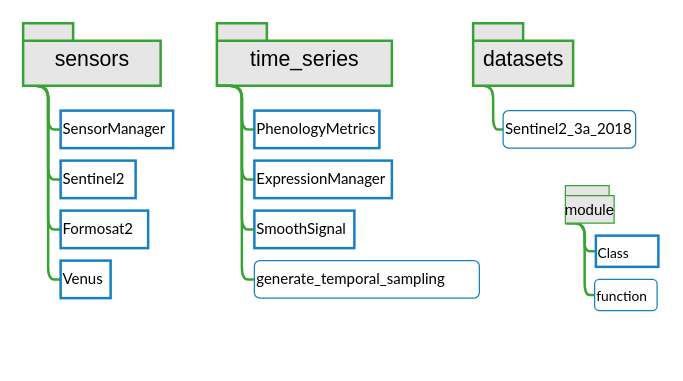
The draw.io diagram metadata/schema.drawio in nkarasiak/MuseoPheno, before the edit. Source tidied: cells renumbered, new cells numbered last; positions are measured from the earlier drawing's top-left corner, leaving out a move shared by most shapes. Both pictures are drawn from the tidied source at 125%, with x=0, y=0 at pixel (22, 22).
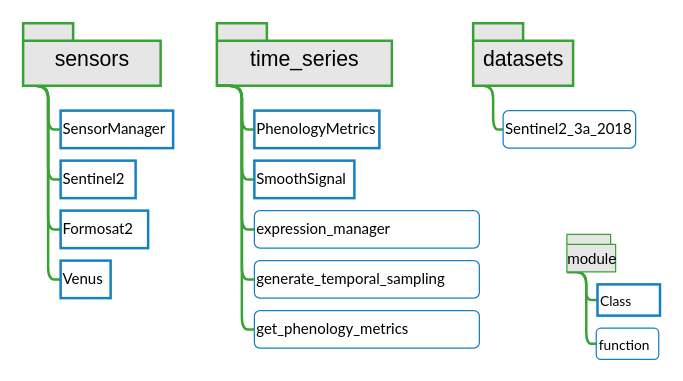
The same page after the edit.

The change refers to these unchanged cells:
```xml
<mxCell id="10" value="time_series" style="shape=folder;fontStyle=0;spacingTop=10;tabWidth=40;tabHeight=14;tabPosition=left;html=1;fillColor=#E6E6E6;strokeColor=#39a235;strokeWidth=2;fontFamily=Oswald;fontSize=17;" parent="1" vertex="1">
  <mxGeometry x="155" width="140" height="50" as="geometry" />
</mxCell>
```

Diff of the diagram source:
```diff
@@
-    <mxCell id="9" style="edgeStyle=orthogonalEdgeStyle;rounded=1;jettySize=auto;html=1;exitX=0;exitY=0;exitDx=0;exitDy=50;exitPerimeter=0;entryX=0;entryY=0.5;entryDx=0;entryDy=0;endArrow=none;endFill=0;strokeWidth=2;strokeColor=#39a235;fontFamily=Lato;" parent="1" edge="1" source="10" target="13">
+    <mxCell id="9" style="edgeStyle=orthogonalEdgeStyle;rounded=1;jettySize=auto;html=1;exitX=0;exitY=0;exitDx=0;exitDy=50;exitPerimeter=0;entryX=0;entryY=0.5;entryDx=0;entryDy=0;endArrow=none;endFill=0;strokeWidth=2;strokeColor=#39a235;fontFamily=Lato;" parent="1" edge="1" source="10">
       <mxGeometry relative="1" as="geometry">
+        <mxPoint x="185" y="125" as="targetPoint" />
         <Array as="points">
           <mxPoint x="175" y="125" />
         </Array>
       </mxGeometry>
     </mxCell>
@@
-    <mxCell id="13" value="ExpressionManager" style="html=1;align=left;rounded=0;fillColor=none;strokeColor=#1680c0;gradientColor=none;glass=0;gradientDirection=east;strokeWidth=2;fontFamily=Lato;" parent="1" vertex="1">
-      <mxGeometry x="185" y="110" width="110" height="30" as="geometry" />
-    </mxCell>
@@
     <mxCell id="19" style="edgeStyle=orthogonalEdgeStyle;rounded=1;jettySize=auto;html=1;exitX=0;exitY=0;exitDx=0;exitDy=30;exitPerimeter=0;entryX=0;entryY=0.5;entryDx=0;entryDy=0;endArrow=none;endFill=0;strokeColor=#39a235;strokeWidth=2;fontFamily=Oswald;fontSize=12;" parent="1" edge="1" source="21" target="22">
       <mxGeometry relative="1" as="geometry">
         <Array as="points">
-          <mxPoint x="449.2" y="160" />
-          <mxPoint x="449.2" y="183" />
+          <mxPoint x="450.5" y="199" />
+          <mxPoint x="450.5" y="222" />
         </Array>
       </mxGeometry>
     </mxCell>
     <mxCell id="20" style="edgeStyle=orthogonalEdgeStyle;rounded=1;jettySize=auto;html=1;exitX=0;exitY=0;exitDx=0;exitDy=30;exitPerimeter=0;entryX=0;entryY=0.5;entryDx=0;entryDy=0;endArrow=none;endFill=0;strokeColor=#39a235;strokeWidth=2;fontFamily=Oswald;fontSize=12;" parent="1" edge="1" source="21" target="23">
       <mxGeometry relative="1" as="geometry">
         <Array as="points">
-          <mxPoint x="449.2" y="160" />
-          <mxPoint x="449.2" y="218" />
+          <mxPoint x="450.5" y="199" />
+          <mxPoint x="450.5" y="257" />
         </Array>
       </mxGeometry>
     </mxCell>
     <mxCell id="21" value="module" style="shape=folder;fontStyle=0;spacingTop=10;tabWidth=35;tabHeight=8;tabPosition=left;html=1;fillColor=#E6E6E6;strokeColor=#39a235;strokeWidth=1;fontFamily=Oswald;fontSize=12;" parent="1" vertex="1">
-      <mxGeometry x="433.8" y="130" width="39" height="30" as="geometry" />
+      <mxGeometry x="435" y="169" width="39" height="30" as="geometry" />
     </mxCell>
     <mxCell id="22" value="Class" style="text;html=1;rounded=0;fillColor=none;strokeColor=#1680c0;gradientColor=none;glass=0;gradientDirection=east;strokeWidth=2;fontFamily=Lato;verticalAlign=middle;fontSize=11;" parent="1" vertex="1">
-      <mxGeometry x="458.2" y="170" width="50" height="25" as="geometry" />
+      <mxGeometry x="459.5" y="209" width="50" height="25" as="geometry" />
     </mxCell>
     <mxCell id="23" value="function" style="text;html=1;fillColor=none;strokeColor=#1680C0;gradientColor=none;glass=1;rounded=1;fontFamily=Lato;verticalAlign=middle;fontSize=11;" parent="1" vertex="1">
-      <mxGeometry x="457.2" y="205" width="50" height="25" as="geometry" />
+      <mxGeometry x="458.5" y="244" width="50" height="25" as="geometry" />
     </mxCell>
     <mxCell id="24" value="SmoothSignal" style="html=1;align=left;rounded=0;fillColor=none;strokeColor=#1680c0;gradientColor=none;glass=0;gradientDirection=east;strokeWidth=2;fontFamily=Lato;" parent="1" vertex="1">
-      <mxGeometry x="185" y="150" width="80" height="30" as="geometry" />
+      <mxGeometry x="185" y="110" width="80" height="30" as="geometry" />
     </mxCell>
@@
-    <mxCell id="26" style="edgeStyle=orthogonalEdgeStyle;rounded=1;jettySize=auto;html=1;exitX=0;exitY=0;exitDx=0;exitDy=50;exitPerimeter=0;entryX=0;entryY=0.5;entryDx=0;entryDy=0;endArrow=none;endFill=0;strokeWidth=2;strokeColor=#39a235;fontFamily=Lato;" parent="1" edge="1" target="24">
+    <mxCell id="26" style="edgeStyle=orthogonalEdgeStyle;rounded=1;jettySize=auto;html=1;exitX=0;exitY=0;exitDx=0;exitDy=50;exitPerimeter=0;entryX=0;entryY=0.5;entryDx=0;entryDy=0;endArrow=none;endFill=0;strokeWidth=2;strokeColor=#39a235;fontFamily=Lato;" parent="1" edge="1" target="28">
       <mxGeometry relative="1" as="geometry">
         <mxPoint x="155" y="50" as="sourcePoint" />
         <Array as="points">
           <mxPoint x="175" y="50" />
           <mxPoint x="175" y="165" />
         </Array>
       </mxGeometry>
     </mxCell>
@@
+    <mxCell id="28" value="expression_manager" style="text;html=1;rounded=1;fontFamily=Lato;verticalAlign=middle;strokeColor=#1680C0;glass=1;" parent="1" vertex="1">
+      <mxGeometry x="185" y="150" width="180" height="30" as="geometry" />
+    </mxCell>
+    <mxCell id="29" value="get_phenology_metrics" style="text;html=1;rounded=1;fontFamily=Lato;verticalAlign=middle;strokeColor=#1680C0;glass=1;" parent="1" vertex="1">
+      <mxGeometry x="185" y="230" width="180" height="30" as="geometry" />
+    </mxCell>
+    <mxCell id="30" style="edgeStyle=orthogonalEdgeStyle;rounded=1;jettySize=auto;html=1;exitX=0;exitY=0;exitDx=0;exitDy=50;exitPerimeter=0;entryX=0;entryY=0.5;entryDx=0;entryDy=0;endArrow=none;endFill=0;strokeWidth=2;strokeColor=#39a235;fontFamily=Lato;" parent="1" edge="1" target="29">
+      <mxGeometry relative="1" as="geometry">
+        <mxPoint x="155" y="50" as="sourcePoint" />
+        <Array as="points">
+          <mxPoint x="175" y="50" />
+          <mxPoint x="175" y="245" />
+        </Array>
+      </mxGeometry>
+    </mxCell>
```
